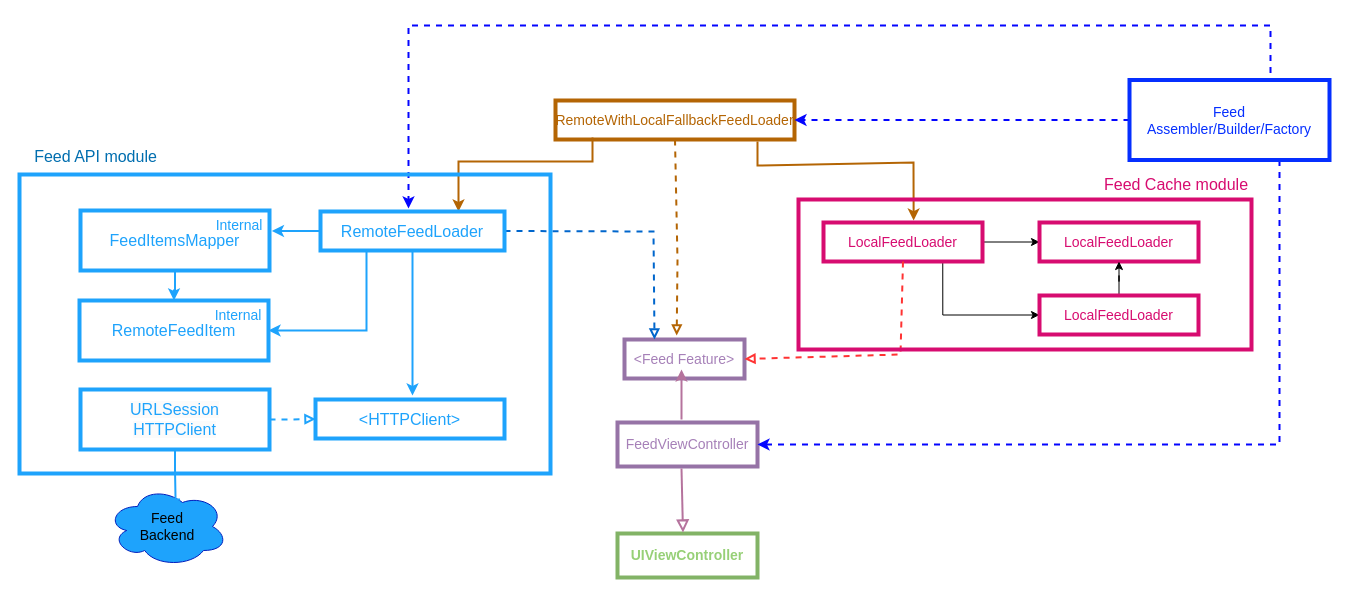
Earlier version of the draw.io diagram Architecture Diagrams/Architecture_And_Modular_Design_Netowrking_Module.drawio (gopal-iosdev/essential-feed-case-study). Source tidied: cells renumbered, new cells numbered last; positions are measured from the earlier drawing's top-left corner, leaving out a move shared by most shapes. Both pictures are drawn from the tidied source at 100%, with x=0, y=0 at pixel (19, 25).
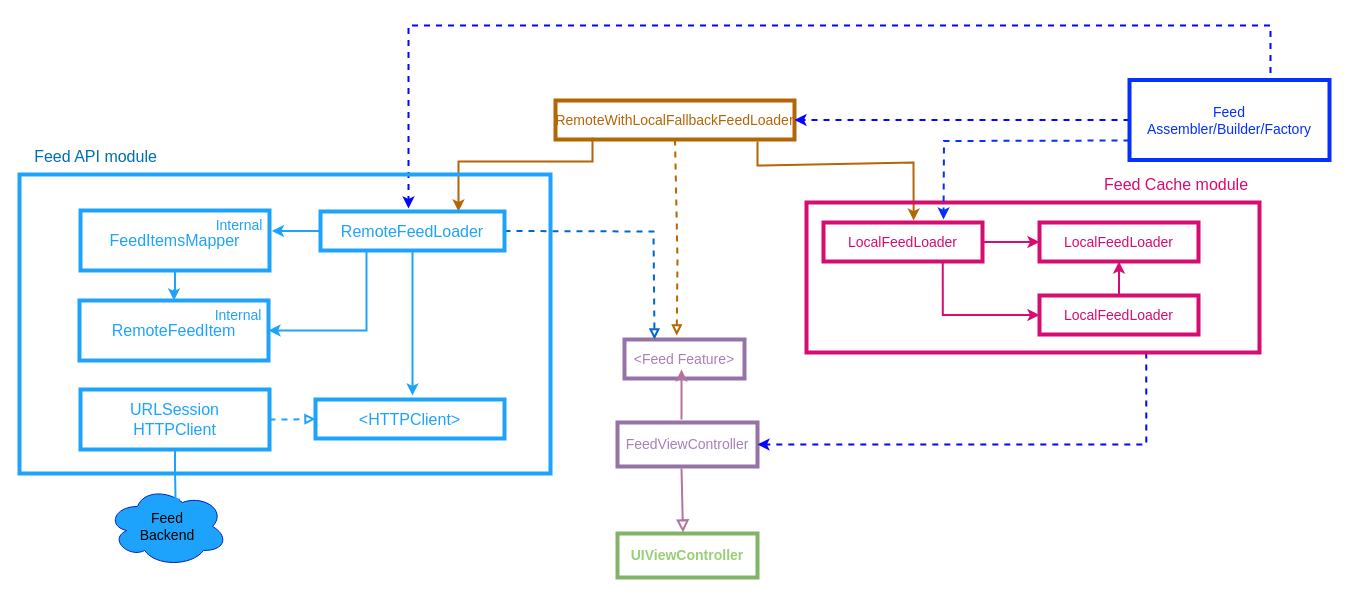
Above is the later version.

Commit message:
Updated Feed Cache Module

Unchanged cells that the change refers to:
```xml
<mxCell id="3" value="&lt;font color=&quot;#a680b8&quot; style=&quot;font-size: 14px;&quot;&gt;FeedViewController&lt;/font&gt;" style="rounded=0;whiteSpace=wrap;html=1;fillColor=none;strokeColor=#9673a6;strokeWidth=4;fontSize=14;" parent="1" vertex="1">
  <mxGeometry x="598" y="397" width="140" height="44" as="geometry" />
</mxCell>
<mxCell id="4" value="&lt;font color=&quot;#a680b8&quot; style=&quot;font-size: 14px;&quot;&gt;&amp;lt;Feed Feature&amp;gt;&lt;/font&gt;" style="rounded=0;whiteSpace=wrap;html=1;fillColor=none;strokeColor=#9673a6;strokeWidth=4;fontSize=14;" parent="1" vertex="1">
  <mxGeometry x="605" y="314" width="120" height="39" as="geometry" />
</mxCell>
<mxCell id="8" value="&lt;font style=&quot;font-size: 14px;&quot;&gt;LocalFeedLoader&lt;/font&gt;" style="rounded=0;whiteSpace=wrap;html=1;fillColor=none;strokeColor=#D70C70;strokeWidth=4;fontColor=#D70C70;fontSize=14;" parent="1" vertex="1">
  <mxGeometry x="804" y="197" width="159" height="39" as="geometry" />
</mxCell>
<mxCell id="19" value="&lt;font color=&quot;#052fff&quot; style=&quot;font-size: 14px;&quot;&gt;Feed&lt;br style=&quot;font-size: 14px;&quot;&gt;Assembler/Builder/Factory&lt;br style=&quot;font-size: 14px;&quot;&gt;&lt;/font&gt;" style="rounded=0;whiteSpace=wrap;html=1;fillColor=none;strokeColor=#052fff;strokeWidth=4;fontColor=#ffffff;fontSize=14;" parent="1" vertex="1">
  <mxGeometry x="1110" y="54.5" width="200" height="80" as="geometry" />
</mxCell>
<mxCell id="36" value="&lt;font style=&quot;font-size: 14px;&quot;&gt;LocalFeedLoader&lt;/font&gt;" style="rounded=0;whiteSpace=wrap;html=1;fillColor=none;strokeColor=#D70C70;strokeWidth=4;fontColor=#D70C70;fontSize=14;" parent="1" vertex="1">
  <mxGeometry x="1020" y="197" width="159" height="39" as="geometry" />
</mxCell>
<mxCell id="38" value="&lt;font style=&quot;font-size: 14px;&quot;&gt;LocalFeedLoader&lt;/font&gt;" style="rounded=0;whiteSpace=wrap;html=1;fillColor=none;strokeColor=#D70C70;strokeWidth=4;fontColor=#D70C70;fontSize=14;" parent="1" vertex="1">
  <mxGeometry x="1020" y="270" width="159" height="39" as="geometry" />
</mxCell>
```

Change to the diagram source:
```diff
@@
-    <mxCell id="6" style="edgeStyle=orthogonalEdgeStyle;rounded=0;jettySize=auto;html=1;entryX=0;entryY=0.5;entryDx=0;entryDy=0;" parent="1" edge="1" source="8" target="36">
+    <mxCell id="6" style="edgeStyle=orthogonalEdgeStyle;rounded=0;jettySize=auto;html=1;entryX=0;entryY=0.5;entryDx=0;entryDy=0;strokeWidth=2;strokeColor=#D70C70;" parent="1" edge="1" source="8" target="36">
       <mxGeometry relative="1" as="geometry" />
     </mxCell>
-    <mxCell id="7" style="edgeStyle=orthogonalEdgeStyle;rounded=0;jettySize=auto;html=1;exitX=0.75;exitY=1;exitDx=0;exitDy=0;entryX=0;entryY=0.5;entryDx=0;entryDy=0;" parent="1" edge="1" source="8" target="38">
+    <mxCell id="7" style="edgeStyle=orthogonalEdgeStyle;rounded=0;jettySize=auto;html=1;exitX=0.75;exitY=1;exitDx=0;exitDy=0;entryX=0;entryY=0.5;entryDx=0;entryDy=0;strokeWidth=2;strokeColor=#D70C70;" parent="1" edge="1" source="8" target="38">
       <mxGeometry relative="1" as="geometry" />
     </mxCell>
@@
-    <mxCell id="9" style="html=1;labelBackgroundColor=#ffffff;startArrow=none;startFill=0;startSize=6;endArrow=block;endFill=0;endSize=6;jettySize=auto;strokeWidth=2;dashed=1;fontSize=14;rounded=0;exitX=0.5;exitY=1;exitDx=0;exitDy=0;entryX=1;entryY=0.5;entryDx=0;entryDy=0;strokeColor=#FF3333;" parent="1" edge="1" source="8" target="4">
-      <mxGeometry relative="1" as="geometry">
-        <Array as="points">
-          <mxPoint x="881" y="329" />
-        </Array>
-      </mxGeometry>
-    </mxCell>
@@
-    <mxCell id="18" style="edgeStyle=orthogonalEdgeStyle;rounded=0;jettySize=auto;html=1;exitX=0.75;exitY=1;exitDx=0;exitDy=0;entryX=1;entryY=0.5;entryDx=0;entryDy=0;strokeWidth=2;dashed=1;strokeColor=#0405ff;" parent="1" edge="1" source="19" target="3">
+    <mxCell id="18" style="edgeStyle=orthogonalEdgeStyle;rounded=0;jettySize=auto;html=1;exitX=0.75;exitY=1;exitDx=0;exitDy=0;entryX=1;entryY=0.5;entryDx=0;entryDy=0;strokeWidth=2;dashed=1;strokeColor=#0405ff;" parent="1" edge="1" source="39" target="3">
       <mxGeometry relative="1" as="geometry" />
     </mxCell>
@@
-    <mxCell id="37" style="edgeStyle=orthogonalEdgeStyle;rounded=0;jettySize=auto;html=1;entryX=0.5;entryY=1;entryDx=0;entryDy=0;" parent="1" edge="1" source="38" target="36">
+    <mxCell id="37" style="edgeStyle=orthogonalEdgeStyle;rounded=0;jettySize=auto;html=1;entryX=0.5;entryY=1;entryDx=0;entryDy=0;strokeWidth=2;strokeColor=#D70C70;" parent="1" edge="1" source="38" target="36">
       <mxGeometry relative="1" as="geometry" />
     </mxCell>
@@
+    <mxCell id="40" value="Feed Cache module" style="text;html=1;strokeColor=none;fillColor=none;align=center;verticalAlign=middle;whiteSpace=wrap;rounded=0;strokeWidth=0;fontColor=#D70C70;fontStyle=0;fontSize=16;" parent="1" vertex="1">
+      <mxGeometry x="1078" y="144" width="158" height="30" as="geometry" />
+    </mxCell>
     <mxCell id="39" style="rounded=0;whiteSpace=wrap;html=1;fillColor=none;strokeWidth=4;strokeColor=#D70C70;" parent="1" vertex="1">
-      <mxGeometry x="779" y="174" width="453" height="150" as="geometry" />
+      <mxGeometry x="787" y="177" width="453" height="150" as="geometry" />
     </mxCell>
-    <mxCell id="40" value="Feed Cache module" style="text;html=1;strokeColor=none;fillColor=none;align=center;verticalAlign=middle;whiteSpace=wrap;rounded=0;strokeWidth=0;fontColor=#D70C70;fontStyle=0;fontSize=16;" parent="1" vertex="1">
-      <mxGeometry x="1078" y="144" width="158" height="30" as="geometry" />
-    </mxCell>
+    <mxCell id="41" style="edgeStyle=orthogonalEdgeStyle;rounded=0;orthogonalLoop=1;jettySize=auto;html=1;exitX=0;exitY=0.75;exitDx=0;exitDy=0;strokeWidth=2;strokeColor=#052FFF;dashed=1;" parent="1" edge="1">
+      <mxGeometry relative="1" as="geometry">
+        <mxPoint x="1110" y="115" as="sourcePoint" />
+        <mxPoint x="924" y="194" as="targetPoint" />
+      </mxGeometry>
+    </mxCell>
```
